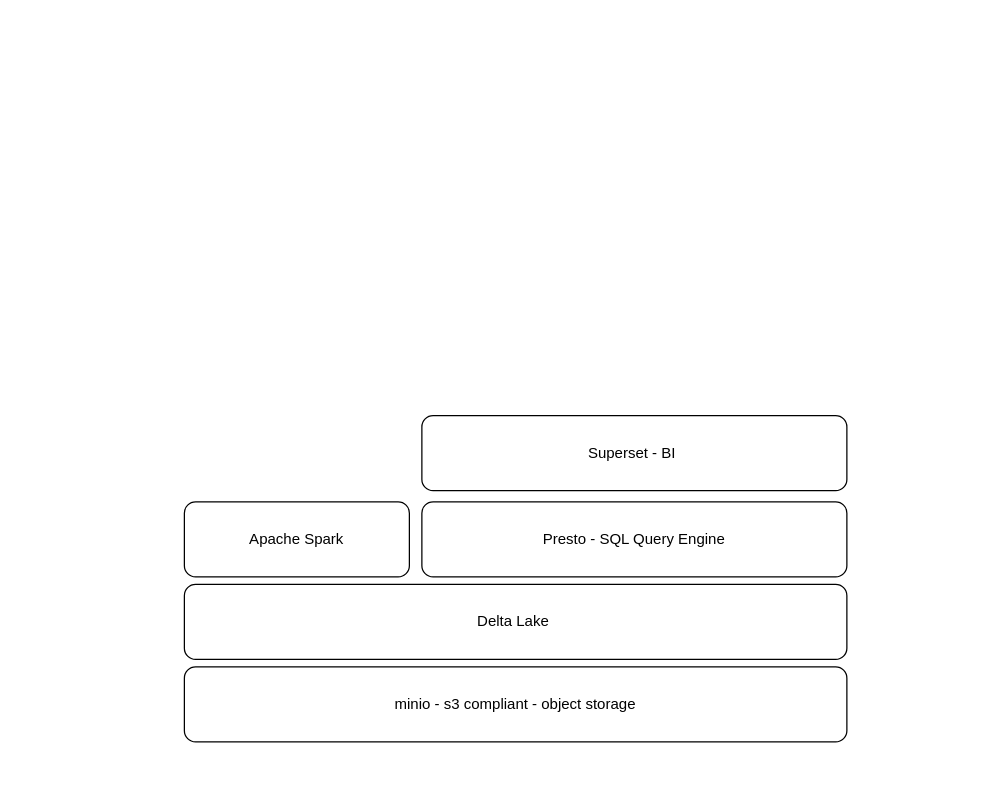
vikram-naik/dw-stack keeps this draw.io diagram as minio-spark-delta-superset.drawio. Above is the earlier version. Source tidied: cells renumbered, new cells numbered last; positions are measured from the earlier drawing's top-left corner, leaving out a move shared by most shapes. Both pictures are drawn from the tidied source at 125%, with x=0, y=0 at pixel (184, 415). Pictures stored in the file or linked from it are replaced by grey dashed boxes.
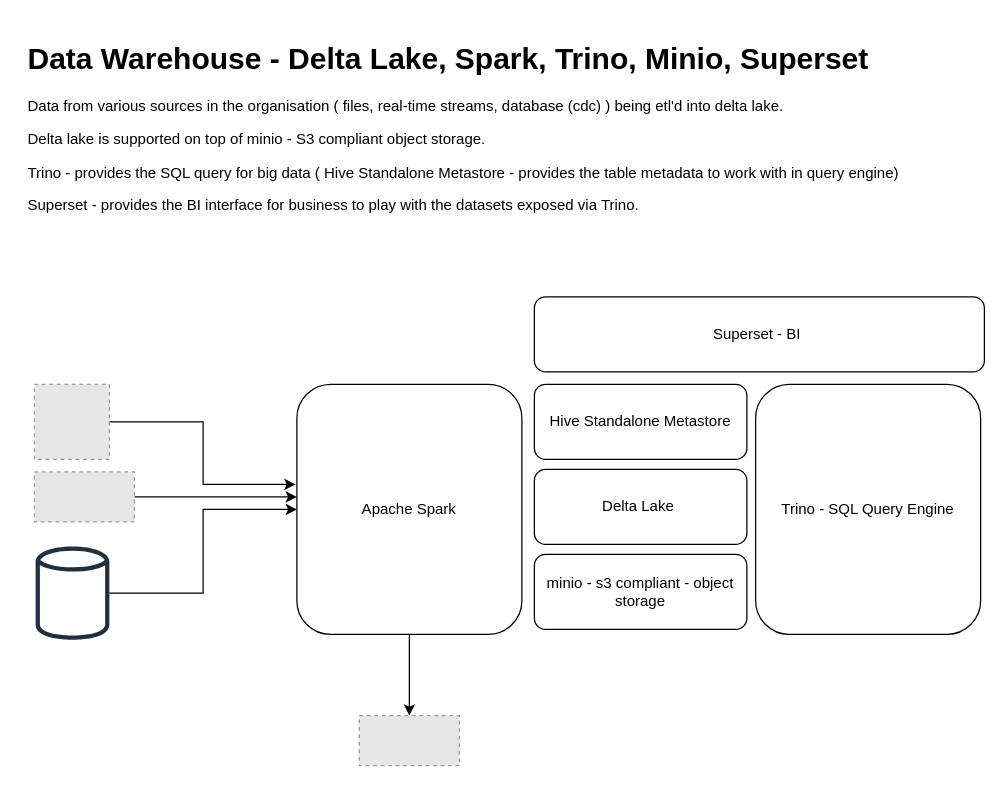
After the change.

What changed in the source:
```diff
@@
 <mxGraphModel>
   <root>
     <mxCell id="0" />
     <mxCell id="1" parent="0" />
+    <mxCell id="7" value="&lt;h1&gt;Data Warehouse - Delta Lake, Spark, Trino, Minio, Superset&lt;/h1&gt;&lt;p&gt;Data from various sources in the organisation ( files, real-time streams, database (cdc) ) being etl'd into delta lake.&amp;nbsp;&lt;/p&gt;&lt;p&gt;Delta lake is supported on top of minio - S3 compliant object storage.&lt;/p&gt;&lt;p&gt;Trino - provides the SQL query for big data ( Hive Standalone Metastore - provides the table metadata to work with in query engine)&lt;/p&gt;&lt;p&gt;Superset - provides the BI interface for business to play with the datasets exposed via Trino.&lt;/p&gt;" style="text;html=1;strokeColor=none;fillColor=none;spacing=5;spacingTop=-20;whiteSpace=wrap;overflow=hidden;rounded=0;" parent="1" vertex="1">
+      <mxGeometry x="-130" y="-305" width="740" height="160" as="geometry" />
+    </mxCell>
+    <mxCell id="8" style="group;" parent="1" vertex="1">
+      <mxGeometry x="-120" y="-125" width="760" height="306" as="geometry" />
+    </mxCell>
+    <mxCell id="9" style="group;" parent="8" vertex="1">
+      <mxGeometry x="210" width="550" height="300" as="geometry" />
+    </mxCell>
-    <mxCell id="2" value="minio - s3 compliant - object storage" style="rounded=1;whiteSpace=wrap;html=1;" parent="1" vertex="1">
-      <mxGeometry y="201" width="530" height="60" as="geometry" />
+    <mxCell id="2" value="minio - s3 compliant - object storage" style="rounded=1;whiteSpace=wrap;html=1;" parent="9" vertex="1">
+      <mxGeometry x="190" y="236" width="170" height="60" as="geometry" />
     </mxCell>
-    <mxCell id="3" value="Delta Lake&amp;nbsp;" style="rounded=1;whiteSpace=wrap;html=1;" parent="1" vertex="1">
-      <mxGeometry y="135" width="530" height="60" as="geometry" />
+    <mxCell id="3" value="Delta Lake&amp;nbsp;" style="rounded=1;whiteSpace=wrap;html=1;" parent="9" vertex="1">
+      <mxGeometry x="190" y="168" width="170" height="60" as="geometry" />
     </mxCell>
-    <mxCell id="4" value="Apache Spark" style="rounded=1;whiteSpace=wrap;html=1;" parent="1" vertex="1">
-      <mxGeometry y="69" width="180" height="60" as="geometry" />
+    <mxCell id="4" value="Apache Spark" style="rounded=1;whiteSpace=wrap;html=1;" parent="9" vertex="1">
+      <mxGeometry y="100" width="180" height="200" as="geometry" />
     </mxCell>
-    <mxCell id="5" value="Presto - SQL Query Engine" style="rounded=1;whiteSpace=wrap;html=1;" parent="1" vertex="1">
-      <mxGeometry x="190" y="69" width="340" height="60" as="geometry" />
+    <mxCell id="5" value="Trino - SQL Query Engine" style="rounded=1;whiteSpace=wrap;html=1;" parent="9" vertex="1">
+      <mxGeometry x="367" y="100" width="180" height="200" as="geometry" />
     </mxCell>
-    <mxCell id="6" value="Superset - BI&amp;nbsp;" style="rounded=1;whiteSpace=wrap;html=1;" parent="1" vertex="1">
-      <mxGeometry x="190" width="340" height="60" as="geometry" />
+    <mxCell id="6" value="Superset - BI&amp;nbsp;" style="rounded=1;whiteSpace=wrap;html=1;" parent="9" vertex="1">
+      <mxGeometry x="190" y="30" width="360" height="60" as="geometry" />
     </mxCell>
+    <mxCell id="10" value="Hive Standalone Metastore" style="rounded=1;whiteSpace=wrap;html=1;" parent="9" vertex="1">
+      <mxGeometry x="190" y="100" width="170" height="60" as="geometry" />
+    </mxCell>
+    <mxCell id="11" style="edgeStyle=orthogonalEdgeStyle;rounded=0;jettySize=auto;html=1;exitX=1;exitY=0.5;exitDx=0;exitDy=0;entryX=0;entryY=0.45;entryDx=0;entryDy=0;entryPerimeter=0;" parent="8" edge="1" source="16" target="4">
+      <mxGeometry relative="1" as="geometry" />
+    </mxCell>
+    <mxCell id="12" style="edgeStyle=orthogonalEdgeStyle;rounded=0;jettySize=auto;html=1;entryX=-0.006;entryY=0.4;entryDx=0;entryDy=0;entryPerimeter=0;" parent="8" edge="1" source="13" target="4">
+      <mxGeometry relative="1" as="geometry" />
+    </mxCell>
+    <mxCell id="13" style="fillColor=#E6E6E6;strokeColor=#999999;dashed=1;html=1;verticalAlign=top;verticalLabelPosition=bottom;labelBackgroundColor=#ffffff;" parent="8" vertex="1">
+      <mxGeometry y="100" width="60" height="60" as="geometry" />
+    </mxCell>
+    <mxCell id="14" style="edgeStyle=orthogonalEdgeStyle;rounded=0;jettySize=auto;html=1;" parent="8" edge="1" source="15" target="4">
+      <mxGeometry relative="1" as="geometry" />
+    </mxCell>
+    <mxCell id="15" style="sketch=0;outlineConnect=0;fontColor=#232F3E;gradientColor=none;fillColor=#232F3D;strokeColor=none;dashed=0;verticalLabelPosition=bottom;verticalAlign=top;align=center;html=1;fontSize=12;fontStyle=0;shape=mxgraph.aws4.generic_database;" parent="8" vertex="1">
+      <mxGeometry x="1" y="228" width="59" height="78" as="geometry" />
+    </mxCell>
+    <mxCell id="16" style="fillColor=#E6E6E6;strokeColor=#999999;dashed=1;verticalLabelPosition=bottom;labelBackgroundColor=default;verticalAlign=top;" parent="8" vertex="1">
+      <mxGeometry y="170" width="80" height="40" as="geometry" />
+    </mxCell>
+    <mxCell id="17" style="fillColor=#E6E6E6;strokeColor=#999999;dashed=1;verticalLabelPosition=bottom;labelBackgroundColor=default;verticalAlign=top;" parent="1" vertex="1">
+      <mxGeometry x="140" y="240" width="80" height="40" as="geometry" />
+    </mxCell>
+    <mxCell id="18" style="edgeStyle=orthogonalEdgeStyle;rounded=0;jettySize=auto;html=1;" parent="1" edge="1" source="4" target="17">
+      <mxGeometry relative="1" as="geometry" />
+    </mxCell>
   </root>
 </mxGraphModel>
```
